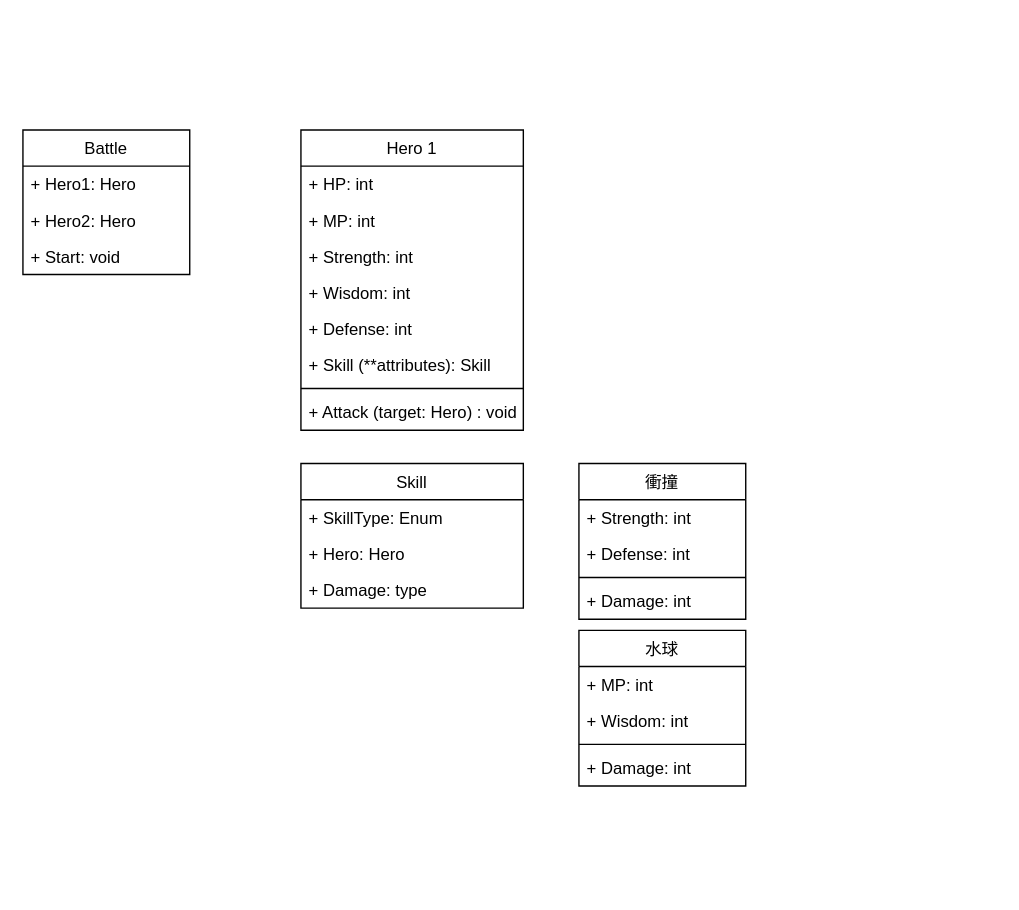
This is HeroAttackGame/StrategyPattern.drawio from li195111/DesignPattern, a draw.io file, before an edit. Source tidied: cells renumbered, new cells numbered last; positions are measured from the earlier drawing's top-left corner, leaving out a move shared by most shapes. Both pictures are drawn from the tidied source at 139%, with x=0, y=0 at pixel (22, 129).
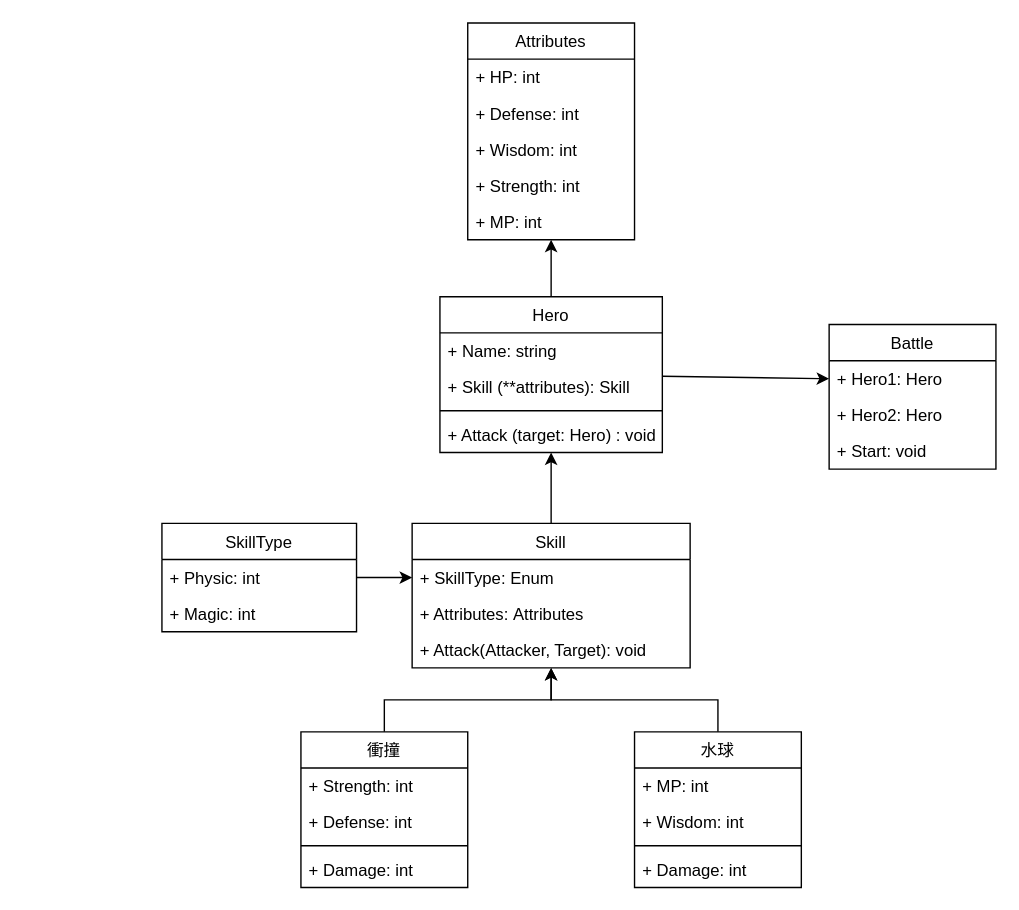
The same diagram, later.

Unchanged cells that the change refers to:
```xml
<mxCell id="26" value="+ Hero1: Hero" style="text;strokeColor=none;fillColor=none;align=left;verticalAlign=top;spacingLeft=4;spacingRight=4;overflow=hidden;points=[[0,0.5],[1,0.5]];portConstraint=eastwest;" parent="25" vertex="1">
  <mxGeometry y="26" width="120" height="26" as="geometry" />
</mxCell>
```

Diff of the diagram source:
```diff
@@
+    <mxCell id="29" style="edgeStyle=orthogonalEdgeStyle;rounded=0;jettySize=auto;html=1;exitX=0.5;exitY=0;exitDx=0;exitDy=0;" parent="1" edge="1" source="2" target="35">
+      <mxGeometry relative="1" as="geometry" />
+    </mxCell>
-    <mxCell id="2" value="Hero 1" style="swimlane;fontStyle=0;horizontal=1;startSize=26;fillColor=none;" parent="1" vertex="1">
-      <mxGeometry x="200" width="160" height="216" as="geometry" />
+    <mxCell id="2" value="Hero" style="swimlane;fontStyle=0;horizontal=1;startSize=26;fillColor=none;" parent="1" vertex="1">
+      <mxGeometry x="300" y="120" width="160" height="112" as="geometry" />
     </mxCell>
-    <mxCell id="3" value="+ HP: int" style="text;strokeColor=none;fillColor=none;align=left;verticalAlign=top;spacingLeft=4;spacingRight=4;overflow=hidden;" parent="2" vertex="1">
-      <mxGeometry y="26" width="160" height="26" as="geometry" />
-    </mxCell>
-    <mxCell id="4" value="+ MP: int" style="text;strokeColor=none;fillColor=none;align=left;verticalAlign=top;spacingLeft=4;spacingRight=4;overflow=hidden;" parent="2" vertex="1">
-      <mxGeometry y="52" width="160" height="26" as="geometry" />
-    </mxCell>
-    <mxCell id="5" value="+ Strength: int" style="text;strokeColor=none;fillColor=none;align=left;verticalAlign=top;spacingLeft=4;spacingRight=4;overflow=hidden;" parent="2" vertex="1">
-      <mxGeometry y="78" width="160" height="26" as="geometry" />
-    </mxCell>
-    <mxCell id="6" value="+ Wisdom: int" style="text;strokeColor=none;fillColor=none;align=left;verticalAlign=top;spacingLeft=4;spacingRight=4;overflow=hidden;" parent="2" vertex="1">
-      <mxGeometry y="104" width="160" height="26" as="geometry" />
-    </mxCell>
-    <mxCell id="7" value="+ Defense: int" style="text;strokeColor=none;fillColor=none;align=left;verticalAlign=top;spacingLeft=4;spacingRight=4;overflow=hidden;" parent="2" vertex="1">
-      <mxGeometry y="130" width="160" height="26" as="geometry" />
-    </mxCell>
+    <mxCell id="30" value="+ Name: string" style="text;strokeColor=none;fillColor=none;align=left;verticalAlign=top;spacingLeft=4;spacingRight=4;overflow=hidden;" parent="2" vertex="1">
+      <mxGeometry y="26" width="160" height="26" as="geometry" />
+    </mxCell>
     <mxCell id="8" value="+ Skill (**attributes): Skill" style="text;strokeColor=none;fillColor=none;align=left;verticalAlign=top;spacingLeft=4;spacingRight=4;overflow=hidden;" parent="2" vertex="1">
-      <mxGeometry y="156" width="160" height="26" as="geometry" />
+      <mxGeometry y="52" width="160" height="26" as="geometry" />
     </mxCell>
     <mxCell id="9" style="line;strokeWidth=1;fillColor=none;align=left;verticalAlign=middle;spacingTop=-1;spacingLeft=3;spacingRight=3;labelPosition=right;" parent="2" vertex="1">
-      <mxGeometry y="182" width="160" height="8" as="geometry" />
+      <mxGeometry y="78" width="160" height="8" as="geometry" />
     </mxCell>
     <mxCell id="10" value="+ Attack (target: Hero) : void" style="text;strokeColor=none;fillColor=none;align=left;verticalAlign=top;spacingLeft=4;spacingRight=4;overflow=hidden;" parent="2" vertex="1">
-      <mxGeometry y="190" width="160" height="26" as="geometry" />
+      <mxGeometry y="86" width="160" height="26" as="geometry" />
     </mxCell>
+    <mxCell id="31" style="edgeStyle=orthogonalEdgeStyle;rounded=0;jettySize=auto;html=1;exitX=0.5;exitY=0;exitDx=0;exitDy=0;" parent="1" edge="1" source="11" target="21">
+      <mxGeometry relative="1" as="geometry" />
+    </mxCell>
     <mxCell id="11" value="衝撞" style="swimlane;fontStyle=0;horizontal=1;startSize=26;fillColor=none;" parent="1" vertex="1">
-      <mxGeometry x="400" y="240" width="120" height="112" as="geometry" />
+      <mxGeometry x="200" y="433" width="120" height="112" as="geometry" />
     </mxCell>
@@
+    <mxCell id="32" style="edgeStyle=orthogonalEdgeStyle;rounded=0;jettySize=auto;html=1;exitX=0.5;exitY=0;exitDx=0;exitDy=0;" parent="1" edge="1" source="16" target="21">
+      <mxGeometry relative="1" as="geometry" />
+    </mxCell>
     <mxCell id="16" value="水球" style="swimlane;fontStyle=0;horizontal=1;startSize=26;fillColor=none;" parent="1" vertex="1">
-      <mxGeometry x="400" y="360" width="120" height="112" as="geometry" />
+      <mxGeometry x="440" y="433" width="120" height="112" as="geometry" />
     </mxCell>
@@
+    <mxCell id="33" style="edgeStyle=orthogonalEdgeStyle;rounded=0;jettySize=auto;html=1;exitX=0.5;exitY=0;exitDx=0;exitDy=0;" parent="1" edge="1" source="21" target="2">
+      <mxGeometry relative="1" as="geometry" />
+    </mxCell>
     <mxCell id="21" value="Skill" style="swimlane;fontStyle=0;horizontal=1;startSize=26;fillColor=none;" parent="1" vertex="1">
-      <mxGeometry x="200" y="240" width="160" height="104" as="geometry" />
+      <mxGeometry x="280" y="283" width="200" height="104" as="geometry" />
     </mxCell>
     <mxCell id="22" value="+ SkillType: Enum" style="text;strokeColor=none;fillColor=none;align=left;verticalAlign=top;spacingLeft=4;spacingRight=4;overflow=hidden;points=[[0,0.5],[1,0.5]];portConstraint=eastwest;" parent="21" vertex="1">
-      <mxGeometry y="26" width="160" height="26" as="geometry" />
+      <mxGeometry y="26" width="200" height="26" as="geometry" />
     </mxCell>
-    <mxCell id="23" value="+ Hero: Hero" style="text;strokeColor=none;fillColor=none;align=left;verticalAlign=top;spacingLeft=4;spacingRight=4;overflow=hidden;" parent="21" vertex="1">
-      <mxGeometry y="52" width="160" height="26" as="geometry" />
-    </mxCell>
+    <mxCell id="34" value="+ Attributes: Attributes" style="text;strokeColor=none;fillColor=none;align=left;verticalAlign=top;spacingLeft=4;spacingRight=4;overflow=hidden;" parent="21" vertex="1">
+      <mxGeometry y="52" width="200" height="26" as="geometry" />
+    </mxCell>
-    <mxCell id="24" value="+ Damage: type" style="text;strokeColor=none;fillColor=none;align=left;verticalAlign=top;spacingLeft=4;spacingRight=4;overflow=hidden;" parent="21" vertex="1">
-      <mxGeometry y="78" width="160" height="26" as="geometry" />
+    <mxCell id="24" value="+ Attack(Attacker, Target): void" style="text;strokeColor=none;fillColor=none;align=left;verticalAlign=top;spacingLeft=4;spacingRight=4;overflow=hidden;" parent="21" vertex="1">
+      <mxGeometry y="78" width="200" height="26" as="geometry" />
     </mxCell>
     <mxCell id="25" value="Battle" style="swimlane;fontStyle=0;horizontal=1;startSize=26;fillColor=none;" parent="1" vertex="1">
-      <mxGeometry width="120" height="104" as="geometry" />
+      <mxGeometry x="580" y="140" width="120" height="104" as="geometry" />
     </mxCell>
@@
+    <mxCell id="35" value="Attributes" style="swimlane;fontStyle=0;horizontal=1;startSize=26;fillColor=none;" parent="1" vertex="1">
+      <mxGeometry x="320" y="-77" width="120" height="156" as="geometry" />
+    </mxCell>
+    <mxCell id="3" value="+ HP: int" style="text;strokeColor=none;fillColor=none;align=left;verticalAlign=top;spacingLeft=4;spacingRight=4;overflow=hidden;" parent="35" vertex="1">
+      <mxGeometry y="26" width="120" height="26" as="geometry" />
+    </mxCell>
+    <mxCell id="7" value="+ Defense: int" style="text;strokeColor=none;fillColor=none;align=left;verticalAlign=top;spacingLeft=4;spacingRight=4;overflow=hidden;" parent="35" vertex="1">
+      <mxGeometry y="52" width="120" height="26" as="geometry" />
+    </mxCell>
+    <mxCell id="6" value="+ Wisdom: int" style="text;strokeColor=none;fillColor=none;align=left;verticalAlign=top;spacingLeft=4;spacingRight=4;overflow=hidden;" parent="35" vertex="1">
+      <mxGeometry y="78" width="120" height="26" as="geometry" />
+    </mxCell>
+    <mxCell id="5" value="+ Strength: int" style="text;strokeColor=none;fillColor=none;align=left;verticalAlign=top;spacingLeft=4;spacingRight=4;overflow=hidden;" parent="35" vertex="1">
+      <mxGeometry y="104" width="120" height="26" as="geometry" />
+    </mxCell>
+    <mxCell id="4" value="+ MP: int" style="text;strokeColor=none;fillColor=none;align=left;verticalAlign=top;spacingLeft=4;spacingRight=4;overflow=hidden;" parent="35" vertex="1">
+      <mxGeometry y="130" width="120" height="26" as="geometry" />
+    </mxCell>
+    <mxCell id="36" value="SkillType" style="swimlane;fontStyle=0;horizontal=1;startSize=26;fillColor=none;" parent="1" vertex="1">
+      <mxGeometry x="100" y="283" width="140" height="78" as="geometry" />
+    </mxCell>
+    <mxCell id="37" value="+ Physic: int" style="text;strokeColor=none;fillColor=none;align=left;verticalAlign=top;spacingLeft=4;spacingRight=4;overflow=hidden;points=[[0,0.5],[1,0.5]];portConstraint=eastwest;" parent="36" vertex="1">
+      <mxGeometry y="26" width="140" height="26" as="geometry" />
+    </mxCell>
+    <mxCell id="38" value="+ Magic: int" style="text;strokeColor=none;fillColor=none;align=left;verticalAlign=top;spacingLeft=4;spacingRight=4;overflow=hidden;" parent="36" vertex="1">
+      <mxGeometry y="52" width="140" height="26" as="geometry" />
+    </mxCell>
+    <mxCell id="39" style="edgeStyle=orthogonalEdgeStyle;rounded=0;jettySize=auto;html=1;exitX=1;exitY=0.5;exitDx=0;exitDy=0;entryX=0;entryY=0.5;entryDx=0;entryDy=0;" parent="1" edge="1" source="37" target="22">
+      <mxGeometry relative="1" as="geometry" />
+    </mxCell>
+    <mxCell id="40" style="endArrow=classic;html=1;rounded=0;entryX=0;entryY=0.5;entryDx=0;entryDy=0;" parent="1" edge="1" source="2" target="26">
+      <mxGeometry relative="1" as="geometry" />
+    </mxCell>
```
